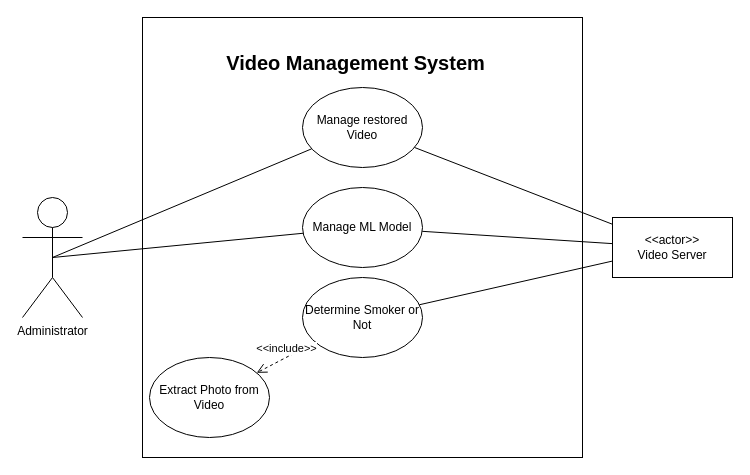
sogongteam14/doc keeps this draw.io diagram as UseCase1.drawio. Above is the earlier version. Source tidied: cells renumbered, new cells numbered last; positions are measured from the earlier drawing's top-left corner, leaving out a move shared by most shapes. Both pictures are drawn from the tidied source at 100%, with x=0, y=0 at pixel (22, 17).
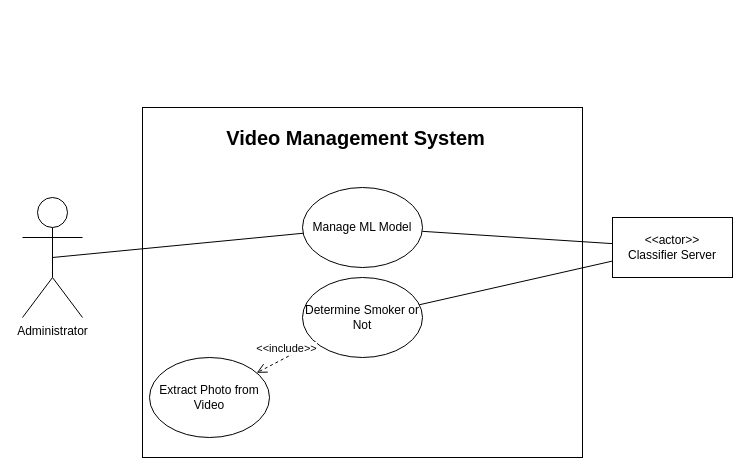
Above is the later version.

What changed in the source:
```diff
@@
 <mxGraphModel>
   <root>
     <mxCell id="0" />
     <mxCell id="1" parent="0" />
     <mxCell id="2" style="rounded=0;whiteSpace=wrap;html=1;" parent="1" vertex="1">
-      <mxGeometry x="120" width="440" height="440" as="geometry" />
+      <mxGeometry x="120" y="90" width="440" height="350" as="geometry" />
     </mxCell>
     <mxCell id="3" value="Administrator" style="shape=umlActor;verticalLabelPosition=bottom;labelBackgroundColor=#ffffff;verticalAlign=top;html=1;outlineConnect=0;" parent="1" vertex="1">
       <mxGeometry y="180" width="60" height="120" as="geometry" />
     </mxCell>
     <mxCell id="4" value="&lt;b&gt;&lt;font style=&quot;font-size: 20px&quot;&gt;Video Management System&lt;/font&gt;&lt;/b&gt;" style="text;html=1;strokeColor=none;fillColor=none;align=center;verticalAlign=middle;whiteSpace=wrap;rounded=0;" parent="1" vertex="1">
-      <mxGeometry x="127" y="10" width="413" height="70" as="geometry" />
+      <mxGeometry x="127" y="85" width="413" height="70" as="geometry" />
     </mxCell>
-    <mxCell id="5" value="&lt;div&gt;&amp;lt;&amp;lt;actor&amp;gt;&amp;gt;&lt;/div&gt;&lt;div&gt;Video Server&lt;br&gt;&lt;/div&gt;" style="rounded=0;whiteSpace=wrap;html=1;" parent="1" vertex="1">
+    <mxCell id="5" value="&lt;div&gt;&amp;lt;&amp;lt;actor&amp;gt;&amp;gt;&lt;/div&gt;&lt;div&gt;Classifier Server&lt;br&gt;&lt;/div&gt;" style="rounded=0;whiteSpace=wrap;html=1;" parent="1" vertex="1">
       <mxGeometry x="590" y="200" width="120" height="60" as="geometry" />
     </mxCell>
-    <mxCell id="6" value="Manage restored&lt;br&gt;Video&lt;br&gt;" style="ellipse;whiteSpace=wrap;html=1;" parent="1" vertex="1">
-      <mxGeometry x="280" y="70" width="120" height="80" as="geometry" />
-    </mxCell>
-    <mxCell id="7" style="endArrow=none;html=1;" parent="1" edge="1" source="6" target="5">
-      <mxGeometry relative="1" as="geometry" />
-    </mxCell>
     <mxCell id="8" value="Extract Photo from Video" style="ellipse;whiteSpace=wrap;html=1;" parent="1" vertex="1">
       <mxGeometry x="127" y="340" width="120" height="80" as="geometry" />
     </mxCell>
-    <mxCell id="9" style="endArrow=none;html=1;exitX=0.5;exitY=0.5;exitDx=0;exitDy=0;exitPerimeter=0;" parent="1" edge="1" source="3" target="6">
-      <mxGeometry relative="1" as="geometry" />
-    </mxCell>
     <mxCell id="10" value="Determine Smoker or Not" style="ellipse;whiteSpace=wrap;html=1;" parent="1" vertex="1">
       <mxGeometry x="280" y="260" width="120" height="80" as="geometry" />
     </mxCell>
     <mxCell id="11" value="&amp;lt;&amp;lt;include&amp;gt;&amp;gt;" style="html=1;verticalAlign=bottom;endArrow=open;dashed=1;endSize=8;" parent="1" edge="1" source="10" target="8">
       <mxGeometry relative="1" as="geometry" />
     </mxCell>
     <mxCell id="12" style="endArrow=none;html=1;" parent="1" edge="1" source="10" target="5">
       <mxGeometry relative="1" as="geometry" />
     </mxCell>
     <mxCell id="13" value="Manage ML Model&lt;br&gt;" style="ellipse;whiteSpace=wrap;html=1;" parent="1" vertex="1">
       <mxGeometry x="280" y="170" width="120" height="80" as="geometry" />
     </mxCell>
     <mxCell id="14" style="endArrow=none;html=1;" parent="1" edge="1" source="13" target="5">
       <mxGeometry relative="1" as="geometry" />
     </mxCell>
     <mxCell id="15" style="endArrow=none;html=1;entryX=0.5;entryY=0.5;entryDx=0;entryDy=0;entryPerimeter=0;" parent="1" edge="1" source="13" target="3">
       <mxGeometry relative="1" as="geometry" />
     </mxCell>
   </root>
 </mxGraphModel>
```
